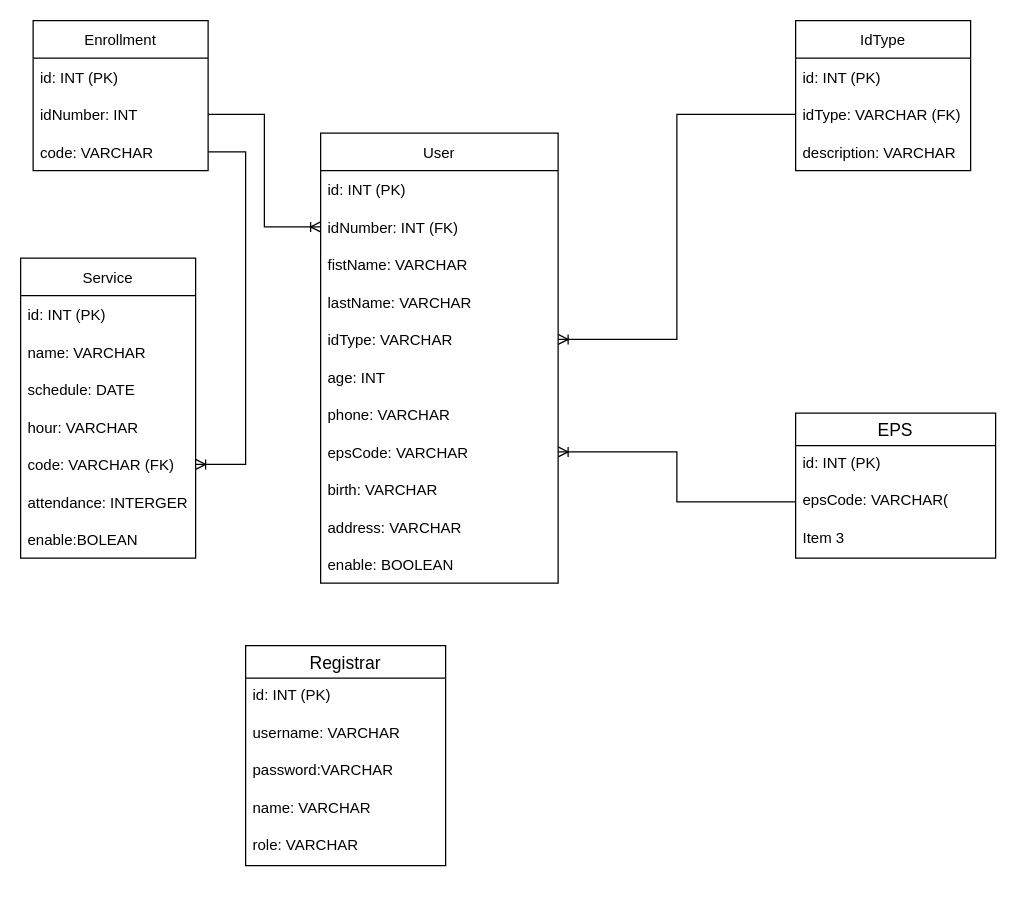
Earlier version of the draw.io diagram documentation/database-model.drawio (AlbertDeHoz/Control-de-aforo-para-la-parroquia-St-Martin-De-Tour). Source tidied: cells renumbered, new cells numbered last; positions are measured from the earlier drawing's top-left corner, leaving out a move shared by most shapes. Both pictures are drawn from the tidied source at 125%, with x=0, y=0 at pixel (20, 20).
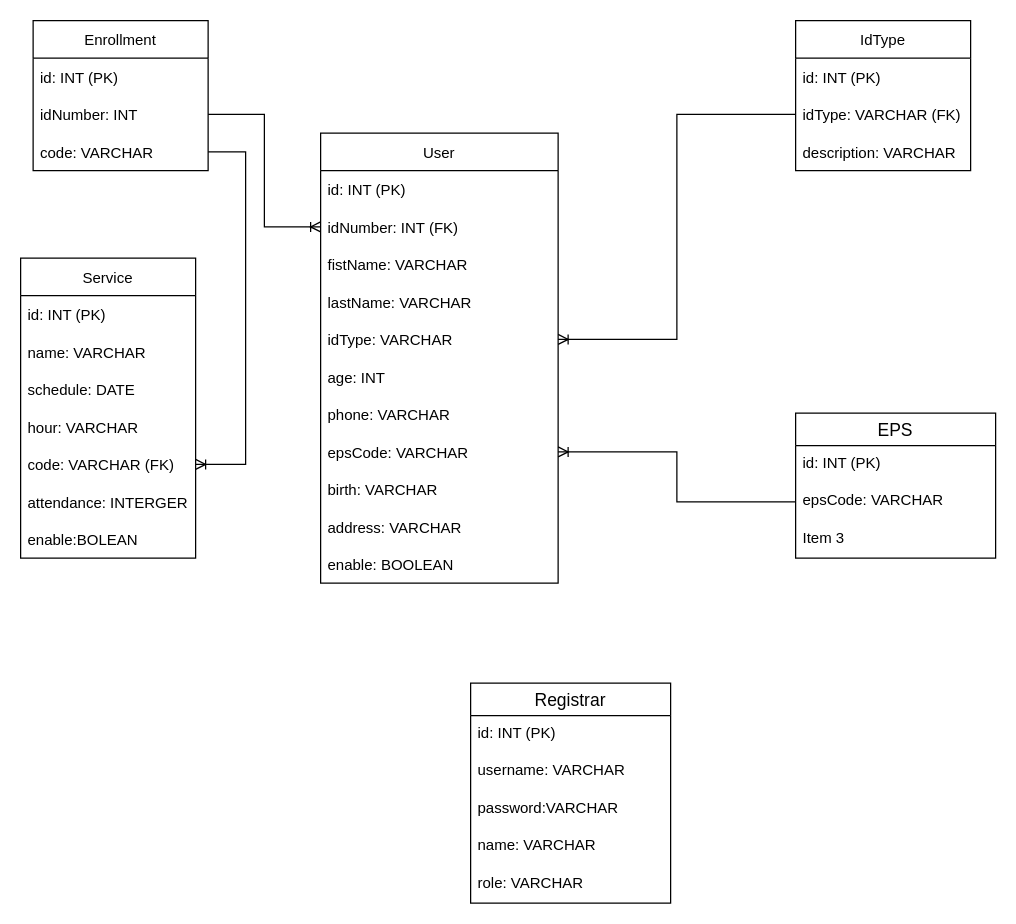
After the change.

Commit message:
database model updated and checked

Unchanged cells that the change refers to:
```xml
<mxCell id="26" value="EPS" style="swimlane;fontStyle=0;horizontal=1;startSize=26;align=center;fontSize=14;" parent="1" vertex="1">
  <mxGeometry x="620" y="314" width="160" height="116" as="geometry" />
</mxCell>
```

The edit, as a diff of the source:
```diff
@@
-    <mxCell id="28" value="epsCode: VARCHAR(" style="text;strokeColor=none;fillColor=none;spacingLeft=4;spacingRight=4;overflow=hidden;points=[[0,0.5],[1,0.5]];portConstraint=eastwest;fontSize=12;" parent="26" vertex="1">
+    <mxCell id="28" value="epsCode: VARCHAR" style="text;strokeColor=none;fillColor=none;spacingLeft=4;spacingRight=4;overflow=hidden;points=[[0,0.5],[1,0.5]];portConstraint=eastwest;fontSize=12;" parent="26" vertex="1">
       <mxGeometry y="56" width="160" height="30" as="geometry" />
     </mxCell>
@@
     <mxCell id="30" value="Registrar" style="swimlane;fontStyle=0;horizontal=1;startSize=26;align=center;fontSize=14;" parent="1" vertex="1">
-      <mxGeometry x="180" y="500" width="160" height="176" as="geometry" />
+      <mxGeometry x="360" y="530" width="160" height="176" as="geometry" />
     </mxCell>
```
